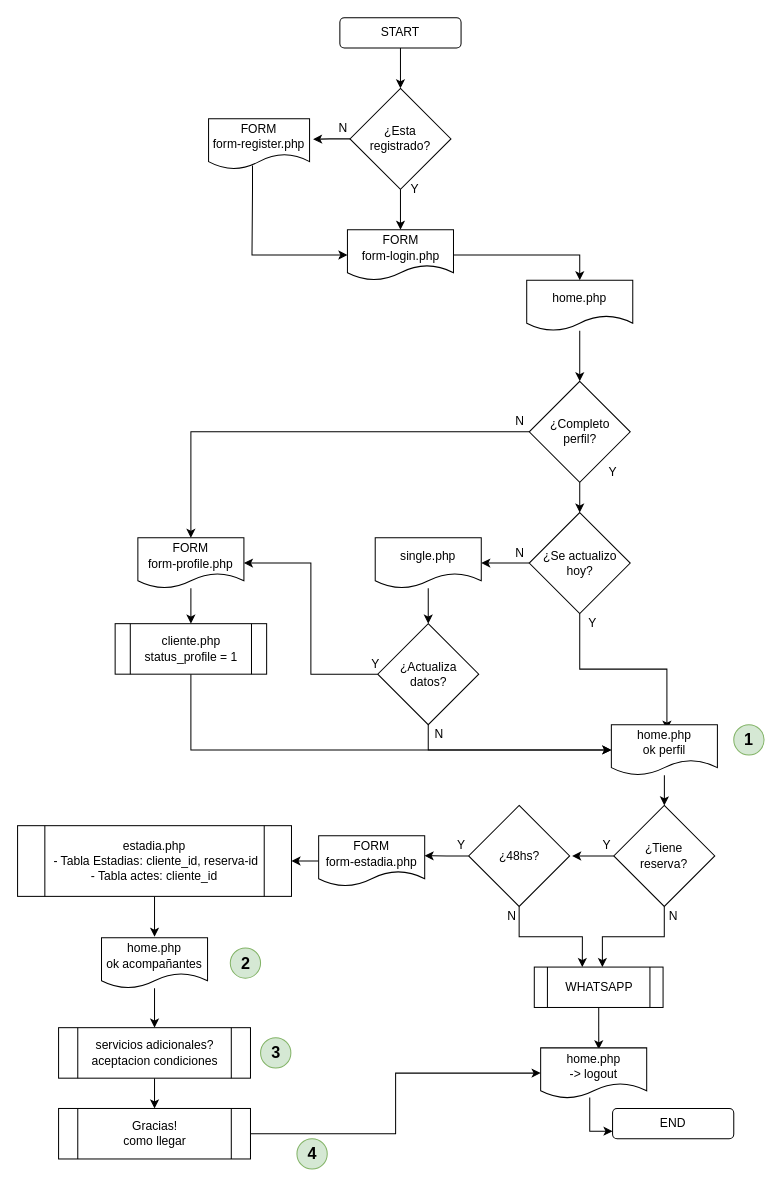
Before: page "UX FrontEnd" (2 of 5) of web-checkin/hotel-web-checkin.drawio in danielo101/db-diagrams, a draw.io diagram. Source tidied: cells renumbered, new cells numbered last; positions are measured from the earlier drawing's top-left corner, leaving out a move shared by most shapes. Both pictures are drawn from the tidied source at 101%, with x=0, y=0 at pixel (17, 17).
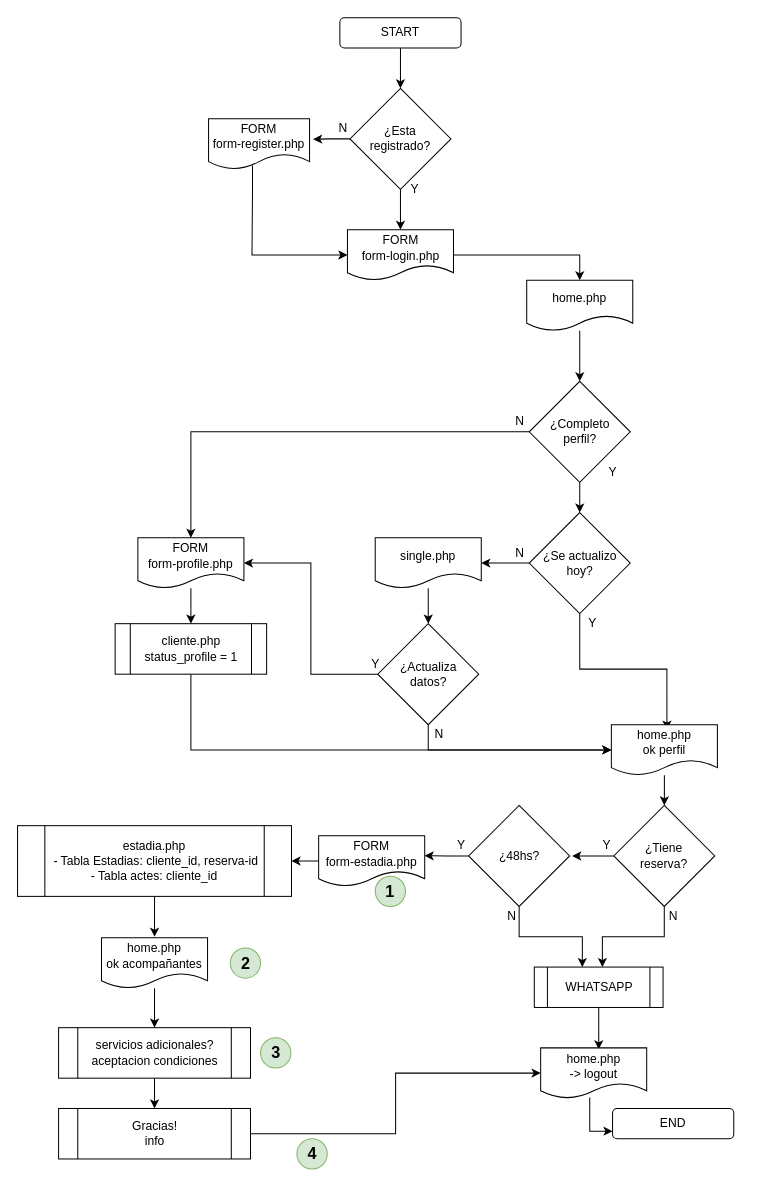
Above is the later version.

Change to the diagram source:
```diff
@@
-    <mxCell id="56" value="&lt;div&gt;Gracias!&lt;/div&gt;&lt;div&gt;como llegar&lt;br&gt;&lt;/div&gt;" style="shape=process;whiteSpace=wrap;html=1;backgroundOutline=1;" parent="1" vertex="1">
+    <mxCell id="56" value="&lt;div&gt;Gracias!&lt;/div&gt;&lt;div&gt;info&lt;br&gt;&lt;/div&gt;" style="shape=process;whiteSpace=wrap;html=1;backgroundOutline=1;" parent="1" vertex="1">
       <mxGeometry x="40.5" y="1080" width="190" height="50" as="geometry" />
     </mxCell>
@@
     <mxCell id="58" value="&lt;div style=&quot;font-size: 16px;&quot;&gt;1&lt;/div&gt;" style="ellipse;whiteSpace=wrap;html=1;fontStyle=1;fontSize=16;fillColor=#d5e8d4;strokeColor=#82b366;" parent="1" vertex="1">
-      <mxGeometry x="709" y="700" width="30" height="30" as="geometry" />
+      <mxGeometry x="354" y="850" width="30" height="30" as="geometry" />
     </mxCell>
```
